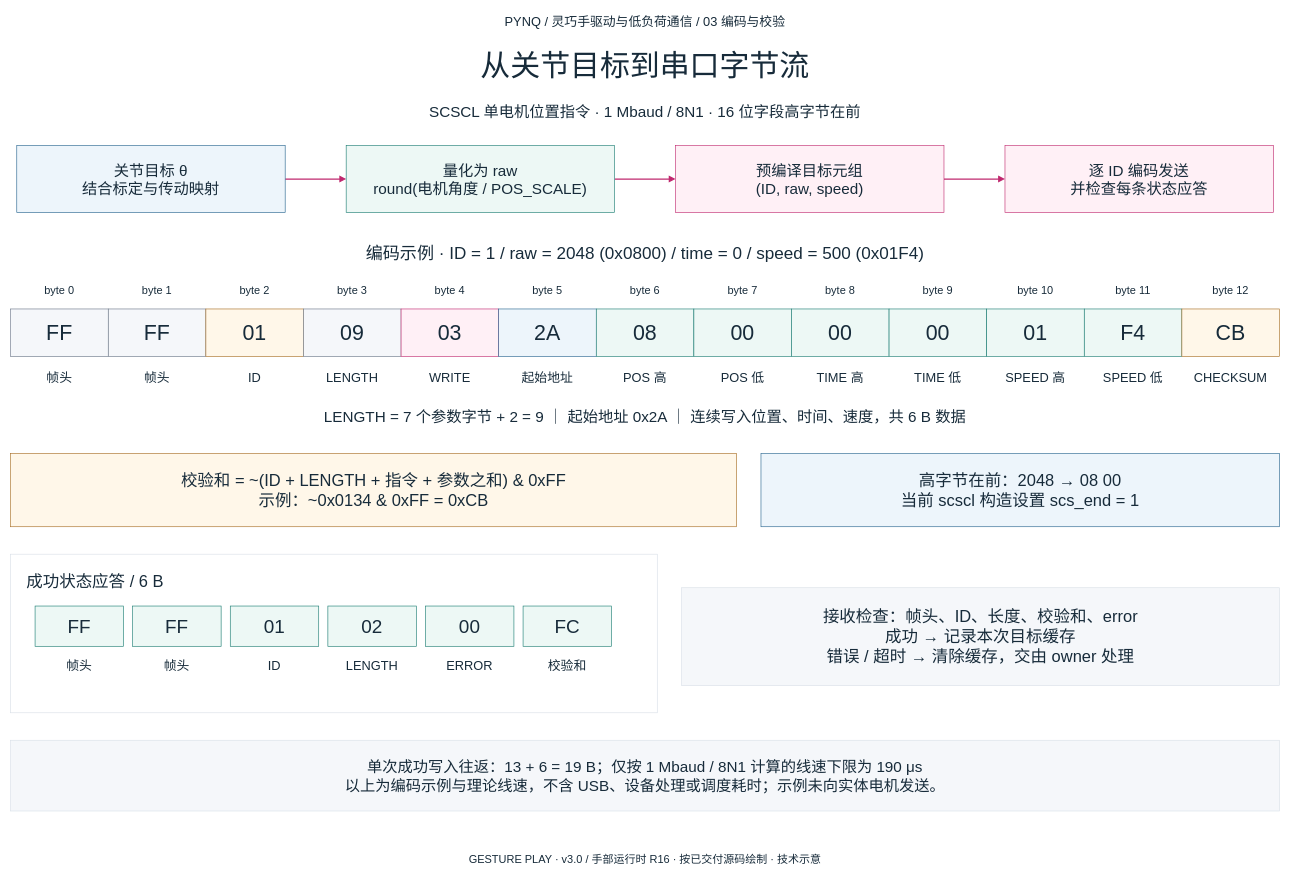
The draw.io diagram project/report/figures/hand_communication_handoff/figures/03_packet.drawio in hyh2758832315/pynq-gesture-play, before the edit. Source tidied: cells renumbered, new cells numbered last; positions are measured from the earlier drawing's top-left corner, leaving out a move shared by most shapes. Both pictures are drawn from the tidied source at 61%, with x=0, y=0 at pixel (10, 10).
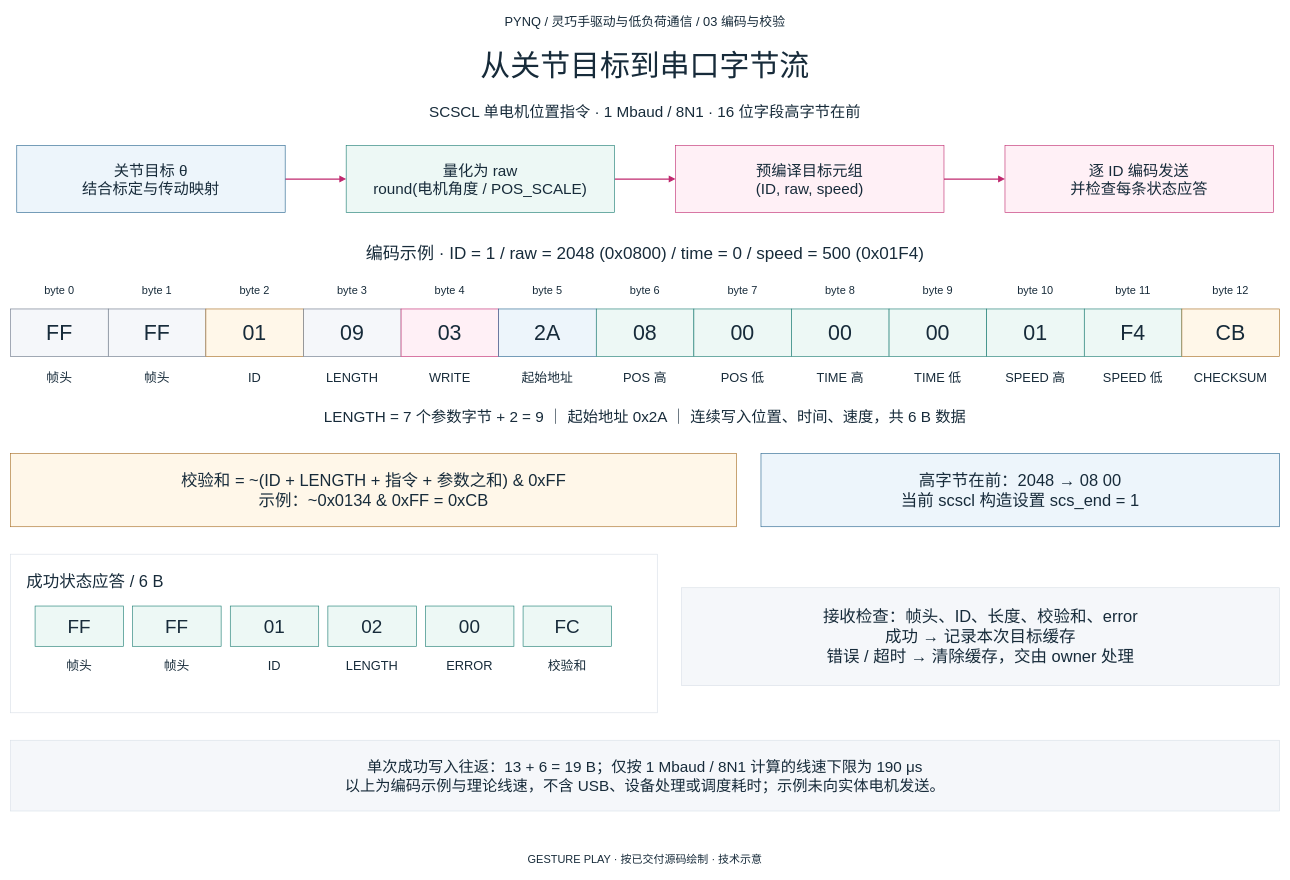
After the change.

The edit, as a diff of the source:
```diff
@@
-    <mxCell id="9" value="GESTURE PLAY  ·  v3.0 / 手部运行时 R16  ·  按已交付源码绘制  ·  技术示意" style="rounded=0;whiteSpace=wrap;html=0;fillColor=#ffffff;strokeColor=#d8dfe7;fontColor=#172b3a;fontFamily=Microsoft YaHei;fontSize=18;spacing=12;fillColor=none;strokeColor=none;" parent="1" vertex="1">
+    <mxCell id="9" value="GESTURE PLAY  ·  按已交付源码绘制  ·  技术示意" style="rounded=0;whiteSpace=wrap;html=0;fillColor=#ffffff;strokeColor=#d8dfe7;fontColor=#172b3a;fontFamily=Microsoft YaHei;fontSize=18;spacing=12;fillColor=none;strokeColor=none;" parent="1" vertex="1">
       <mxGeometry y="1374" width="2080" height="34" as="geometry" />
     </mxCell>
```
